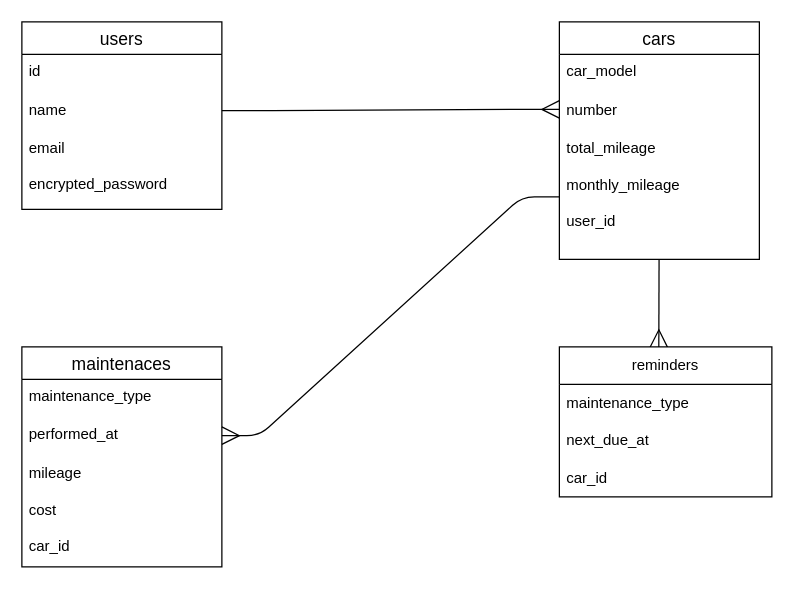
ryo-im/AutoAssistant keeps this draw.io diagram as er.dio. Above is the earlier version. Source tidied: cells renumbered, new cells numbered last; positions are measured from the earlier drawing's top-left corner, leaving out a move shared by most shapes. Both pictures are drawn from the tidied source at 125%, with x=0, y=0 at pixel (21, 21).
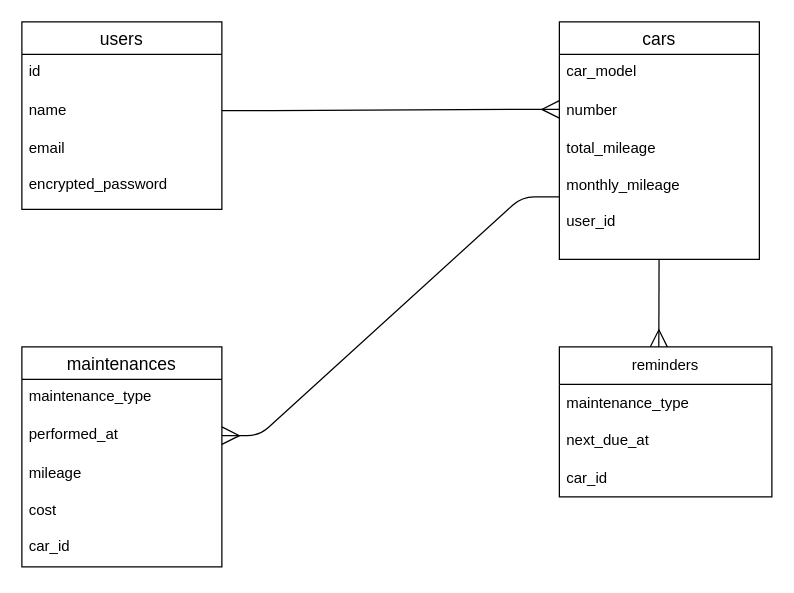
After the change.

Diff of the diagram source:
```diff
@@
-    <mxCell id="14" value="maintenaces" style="swimlane;fontStyle=0;horizontal=1;startSize=26;align=center;fontSize=14;" parent="1" vertex="1">
+    <mxCell id="14" value="maintenances" style="swimlane;fontStyle=0;horizontal=1;startSize=26;align=center;fontSize=14;" parent="1" vertex="1">
       <mxGeometry y="260" width="160" height="176" as="geometry" />
     </mxCell>
```
